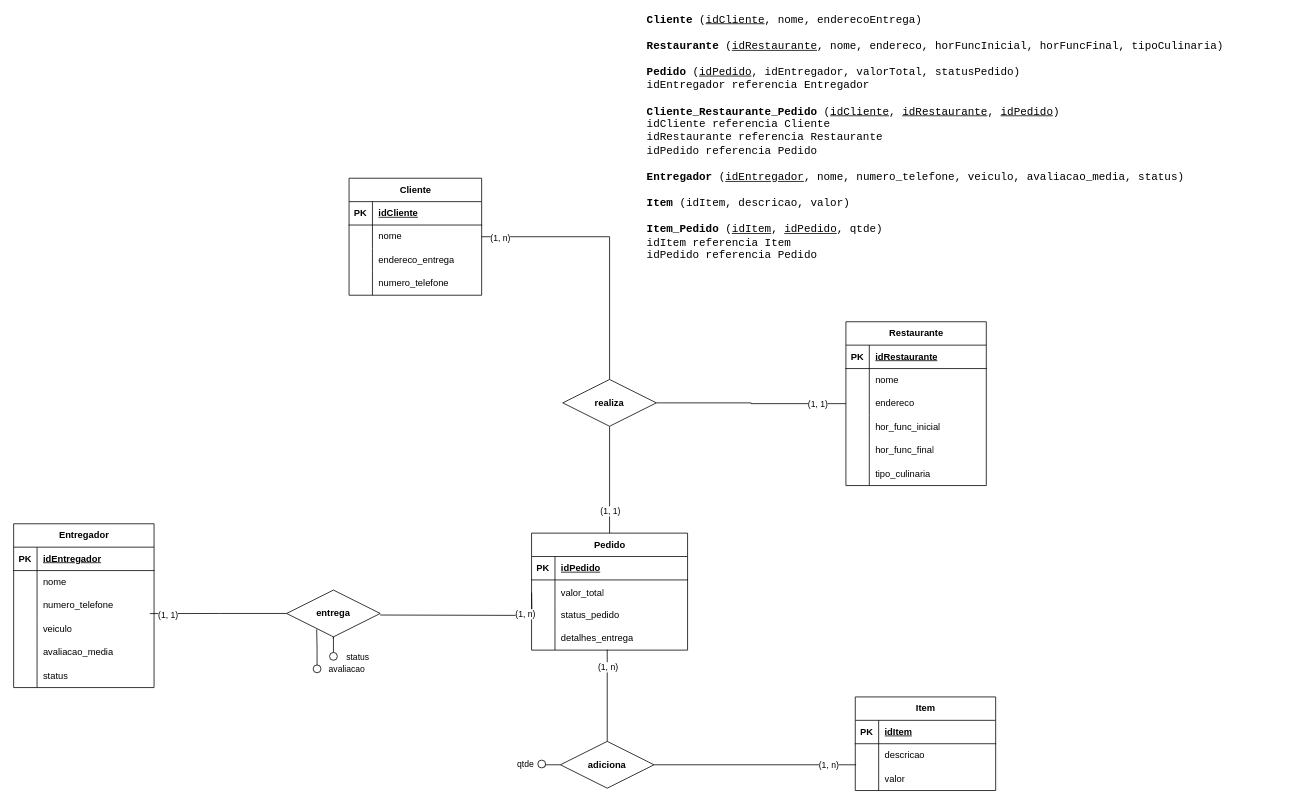
Earlier version of the draw.io diagram app_delivery.drawio (cadullira/facorganizacao). Source tidied: cells renumbered, new cells numbered last; positions are measured from the earlier drawing's top-left corner, leaving out a move shared by most shapes. Both pictures are drawn from the tidied source at 78%, with x=0, y=0 at pixel (13, 129).
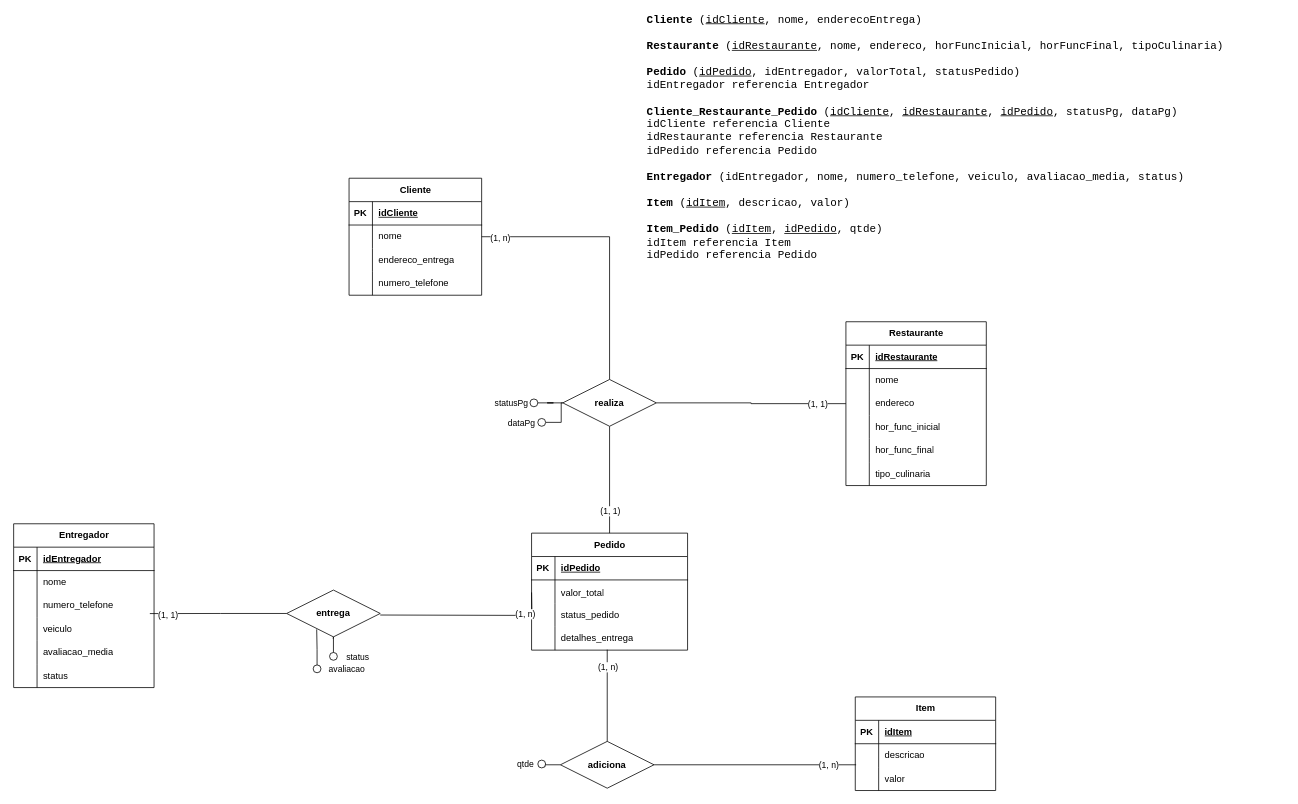
The same diagram, later.

Commit message:
Adiciona atributos em relacionamentos app_delivery.drawio

Unchanged cells that the change refers to:
```xml
<mxCell id="85" value="realiza" style="shape=rhombus;perimeter=rhombusPerimeter;whiteSpace=wrap;html=1;align=center;strokeColor=default;verticalAlign=middle;fontFamily=Helvetica;fontSize=12;fontColor=default;fontStyle=1;fillColor=default;" parent="1" vertex="1">
  <mxGeometry x="704" y="320" width="120" height="60" as="geometry" />
</mxCell>
```

Change to the diagram source:
```diff
@@
+    <mxCell id="105" style="edgeStyle=orthogonalEdgeStyle;rounded=0;jettySize=auto;html=1;entryX=1;entryY=0.5;entryDx=0;entryDy=0;endArrow=none;endFill=0;" parent="1" edge="1" source="85" target="107">
+      <mxGeometry relative="1" as="geometry" />
+    </mxCell>
+    <mxCell id="106" value="statusPg" style="edgeLabel;html=1;align=center;verticalAlign=middle;" parent="105" vertex="1">
+      <mxGeometry x="0.33" y="-2" relative="1" as="geometry">
+        <mxPoint x="-51" y="2" as="offset" />
+      </mxGeometry>
+    </mxCell>
@@
-    <mxCell id="103" value="&lt;div align=&quot;left&quot;&gt;&lt;font face=&quot;Courier New&quot; style=&quot;font-size: 14px;&quot;&gt;&lt;b&gt;Cliente&lt;/b&gt; (&lt;u&gt;idCliente&lt;/u&gt;, nome, enderecoEntrega)&lt;/font&gt;&lt;/div&gt;&lt;div align=&quot;left&quot;&gt;&lt;font style=&quot;font-size: 14px;&quot; face=&quot;Courier New&quot;&gt;&lt;br&gt;&lt;/font&gt;&lt;/div&gt;&lt;div align=&quot;left&quot;&gt;&lt;font style=&quot;font-size: 14px;&quot; face=&quot;Courier New&quot;&gt;&lt;b&gt;Restaurante&lt;/b&gt; (&lt;u&gt;idRestaurante&lt;/u&gt;, nome, endereco, horFuncInicial, horFuncFinal, tipoCulinaria)&lt;/font&gt;&lt;/div&gt;&lt;div align=&quot;left&quot;&gt;&lt;font style=&quot;font-size: 14px;&quot; face=&quot;Courier New&quot;&gt;&lt;br&gt;&lt;/font&gt;&lt;/div&gt;&lt;div align=&quot;left&quot;&gt;&lt;font style=&quot;font-size: 14px;&quot; face=&quot;Courier New&quot;&gt;&lt;b&gt;Pedido&lt;/b&gt; (&lt;u&gt;idPedido&lt;/u&gt;, idEntregador, valorTotal, statusPedido)&amp;nbsp;&lt;/font&gt;&lt;/div&gt;&lt;div align=&quot;left&quot;&gt;&lt;font style=&quot;font-size: 14px;&quot; face=&quot;Courier New&quot;&gt;idEntregador referencia Entregador&lt;br&gt;&lt;/font&gt;&lt;/div&gt;&lt;div align=&quot;left&quot;&gt;&lt;font style=&quot;font-size: 14px;&quot; face=&quot;Courier New&quot;&gt;&lt;br&gt;&lt;/font&gt;&lt;/div&gt;&lt;div align=&quot;left&quot;&gt;&lt;font style=&quot;font-size: 14px;&quot; face=&quot;Courier New&quot;&gt;&lt;b&gt;Cliente_Restaurante_Pedido&lt;/b&gt; (&lt;u&gt;idCliente&lt;/u&gt;, &lt;u&gt;idRestaurante&lt;/u&gt;, &lt;u&gt;idPedido&lt;/u&gt;)&amp;nbsp;&lt;/font&gt;&lt;/div&gt;&lt;div align=&quot;left&quot;&gt;&lt;font style=&quot;font-size: 14px;&quot; face=&quot;Courier New&quot;&gt;idCliente referencia Cliente&lt;/font&gt;&lt;/div&gt;&lt;div align=&quot;left&quot;&gt;&lt;font style=&quot;font-size: 14px;&quot; face=&quot;Courier New&quot;&gt;idRestaurante referencia Restaurante&lt;/font&gt;&lt;/div&gt;&lt;div align=&quot;left&quot;&gt;&lt;font style=&quot;font-size: 14px;&quot; face=&quot;Courier New&quot;&gt;idPedido referencia Pedido&lt;br&gt;&lt;/font&gt;&lt;/div&gt;&lt;div align=&quot;left&quot;&gt;&lt;b&gt;&lt;font style=&quot;font-size: 14px;&quot; face=&quot;Courier New&quot;&gt;&lt;br&gt;&lt;/font&gt;&lt;/b&gt;&lt;/div&gt;&lt;div align=&quot;left&quot;&gt;&lt;font style=&quot;font-size: 14px;&quot; face=&quot;Courier New&quot;&gt;&lt;b&gt;Entregador&lt;/b&gt; (&lt;u&gt;idEntregador&lt;/u&gt;, nome, numero_telefone, veiculo, avaliacao_media, status)&lt;br&gt;&lt;/font&gt;&lt;/div&gt;&lt;div align=&quot;left&quot;&gt;&lt;font style=&quot;font-size: 14px;&quot; face=&quot;Courier New&quot;&gt;&lt;br&gt;&lt;/font&gt;&lt;/div&gt;&lt;div align=&quot;left&quot;&gt;&lt;font style=&quot;font-size: 14px;&quot; face=&quot;Courier New&quot;&gt;&lt;b&gt;Item&lt;/b&gt; (idItem, descricao, valor)&lt;br&gt;&lt;/font&gt;&lt;/div&gt;&lt;div align=&quot;left&quot;&gt;&lt;font style=&quot;font-size: 14px;&quot; face=&quot;Courier New&quot;&gt;&lt;br&gt;&lt;/font&gt;&lt;/div&gt;&lt;div align=&quot;left&quot;&gt;&lt;font style=&quot;font-size: 14px;&quot; face=&quot;Courier New&quot;&gt;&lt;b&gt;Item_Pedido&lt;/b&gt; (&lt;u&gt;idItem&lt;/u&gt;, &lt;u&gt;idPedido&lt;/u&gt;, qtde)&lt;br&gt;&lt;/font&gt;&lt;/div&gt;&lt;div align=&quot;left&quot;&gt;&lt;font style=&quot;font-size: 14px;&quot; face=&quot;Courier New&quot;&gt;idItem referencia Item&lt;/font&gt;&lt;/div&gt;&lt;div align=&quot;left&quot;&gt;&lt;font style=&quot;font-size: 14px;&quot; face=&quot;Courier New&quot;&gt;idPedido referencia Pedido&lt;br&gt;&lt;/font&gt;&lt;/div&gt;&lt;div align=&quot;left&quot;&gt;&lt;font size=&quot;3&quot; face=&quot;BSolKX_R1ZxCo2rctYpV&quot;&gt;&lt;br&gt;&lt;/font&gt;&lt;/div&gt;&lt;div&gt;&lt;br&gt;&lt;/div&gt;&lt;div&gt;&lt;br&gt;&lt;/div&gt;" style="text;strokeColor=none;align=left;fillColor=none;html=1;verticalAlign=middle;whiteSpace=wrap;rounded=0;" parent="1" vertex="1">
+    <mxCell id="103" value="&lt;div align=&quot;left&quot;&gt;&lt;font face=&quot;Courier New&quot; style=&quot;font-size: 14px;&quot;&gt;&lt;b&gt;Cliente&lt;/b&gt; (&lt;u&gt;idCliente&lt;/u&gt;, nome, enderecoEntrega)&lt;/font&gt;&lt;/div&gt;&lt;div align=&quot;left&quot;&gt;&lt;font style=&quot;font-size: 14px;&quot; face=&quot;Courier New&quot;&gt;&lt;br&gt;&lt;/font&gt;&lt;/div&gt;&lt;div align=&quot;left&quot;&gt;&lt;font style=&quot;font-size: 14px;&quot; face=&quot;Courier New&quot;&gt;&lt;b&gt;Restaurante&lt;/b&gt; (&lt;u&gt;idRestaurante&lt;/u&gt;, nome, endereco, horFuncInicial, horFuncFinal, tipoCulinaria)&lt;/font&gt;&lt;/div&gt;&lt;div align=&quot;left&quot;&gt;&lt;font style=&quot;font-size: 14px;&quot; face=&quot;Courier New&quot;&gt;&lt;br&gt;&lt;/font&gt;&lt;/div&gt;&lt;div align=&quot;left&quot;&gt;&lt;font style=&quot;font-size: 14px;&quot; face=&quot;Courier New&quot;&gt;&lt;b&gt;Pedido&lt;/b&gt; (&lt;u&gt;idPedido&lt;/u&gt;, idEntregador, valorTotal, statusPedido)&amp;nbsp;&lt;/font&gt;&lt;/div&gt;&lt;div align=&quot;left&quot;&gt;&lt;font style=&quot;font-size: 14px;&quot; face=&quot;Courier New&quot;&gt;idEntregador referencia Entregador&lt;br&gt;&lt;/font&gt;&lt;/div&gt;&lt;div align=&quot;left&quot;&gt;&lt;font style=&quot;font-size: 14px;&quot; face=&quot;Courier New&quot;&gt;&lt;br&gt;&lt;/font&gt;&lt;/div&gt;&lt;div align=&quot;left&quot;&gt;&lt;font style=&quot;font-size: 14px;&quot; face=&quot;Courier New&quot;&gt;&lt;b&gt;Cliente_Restaurante_Pedido&lt;/b&gt; (&lt;u&gt;idCliente&lt;/u&gt;, &lt;u&gt;idRestaurante&lt;/u&gt;, &lt;u&gt;idPedido&lt;/u&gt;, statusPg, dataPg)&amp;nbsp;&lt;/font&gt;&lt;/div&gt;&lt;div align=&quot;left&quot;&gt;&lt;font style=&quot;font-size: 14px;&quot; face=&quot;Courier New&quot;&gt;idCliente referencia Cliente&lt;/font&gt;&lt;/div&gt;&lt;div align=&quot;left&quot;&gt;&lt;font style=&quot;font-size: 14px;&quot; face=&quot;Courier New&quot;&gt;idRestaurante referencia Restaurante&lt;/font&gt;&lt;/div&gt;&lt;div align=&quot;left&quot;&gt;&lt;font style=&quot;font-size: 14px;&quot; face=&quot;Courier New&quot;&gt;idPedido referencia Pedido&lt;br&gt;&lt;/font&gt;&lt;/div&gt;&lt;div align=&quot;left&quot;&gt;&lt;b&gt;&lt;font style=&quot;font-size: 14px;&quot; face=&quot;Courier New&quot;&gt;&lt;br&gt;&lt;/font&gt;&lt;/b&gt;&lt;/div&gt;&lt;div align=&quot;left&quot;&gt;&lt;font style=&quot;font-size: 14px;&quot; face=&quot;Courier New&quot;&gt;&lt;b&gt;Entregador&lt;/b&gt; (idEntregador, nome, numero_telefone, veiculo, avaliacao_media, status)&lt;br&gt;&lt;/font&gt;&lt;/div&gt;&lt;div align=&quot;left&quot;&gt;&lt;font style=&quot;font-size: 14px;&quot; face=&quot;Courier New&quot;&gt;&lt;br&gt;&lt;/font&gt;&lt;/div&gt;&lt;div align=&quot;left&quot;&gt;&lt;font style=&quot;font-size: 14px;&quot; face=&quot;Courier New&quot;&gt;&lt;b&gt;Item&lt;/b&gt; (&lt;u&gt;idItem&lt;/u&gt;, descricao, valor)&lt;br&gt;&lt;/font&gt;&lt;/div&gt;&lt;div align=&quot;left&quot;&gt;&lt;font style=&quot;font-size: 14px;&quot; face=&quot;Courier New&quot;&gt;&lt;br&gt;&lt;/font&gt;&lt;/div&gt;&lt;div align=&quot;left&quot;&gt;&lt;font style=&quot;font-size: 14px;&quot; face=&quot;Courier New&quot;&gt;&lt;b&gt;Item_Pedido&lt;/b&gt; (&lt;u&gt;idItem&lt;/u&gt;, &lt;u&gt;idPedido&lt;/u&gt;, qtde)&lt;br&gt;&lt;/font&gt;&lt;/div&gt;&lt;div align=&quot;left&quot;&gt;&lt;font style=&quot;font-size: 14px;&quot; face=&quot;Courier New&quot;&gt;idItem referencia Item&lt;/font&gt;&lt;/div&gt;&lt;div align=&quot;left&quot;&gt;&lt;font style=&quot;font-size: 14px;&quot; face=&quot;Courier New&quot;&gt;idPedido referencia Pedido&lt;br&gt;&lt;/font&gt;&lt;/div&gt;&lt;div align=&quot;left&quot;&gt;&lt;font size=&quot;3&quot; face=&quot;BSolKX_R1ZxCo2rctYpV&quot;&gt;&lt;br&gt;&lt;/font&gt;&lt;/div&gt;&lt;div&gt;&lt;br&gt;&lt;/div&gt;&lt;div&gt;&lt;br&gt;&lt;/div&gt;" style="text;strokeColor=none;align=left;fillColor=none;html=1;verticalAlign=middle;whiteSpace=wrap;rounded=0;" parent="1" vertex="1">
       <mxGeometry x="810" width="819" height="68" as="geometry" />
     </mxCell>
@@
+    <mxCell id="107" style="ellipse;whiteSpace=wrap;html=1;fontFamily=Helvetica;fontSize=11;fontColor=default;labelBackgroundColor=default;" parent="1" vertex="1">
+      <mxGeometry x="662" y="345" width="10" height="10" as="geometry" />
+    </mxCell>
+    <mxCell id="108" style="edgeStyle=orthogonalEdgeStyle;rounded=0;jettySize=auto;html=1;endArrow=none;endFill=0;" parent="1" edge="1" source="109" target="85">
+      <mxGeometry relative="1" as="geometry" />
+    </mxCell>
+    <mxCell id="109" style="ellipse;whiteSpace=wrap;html=1;fontFamily=Helvetica;fontSize=11;fontColor=default;labelBackgroundColor=default;" parent="1" vertex="1">
+      <mxGeometry x="672" y="370" width="10" height="10" as="geometry" />
+    </mxCell>
+    <mxCell id="110" value="dataPg" style="edgeLabel;html=1;align=center;verticalAlign=middle;" parent="1" vertex="1">
+      <mxGeometry x="650" y="375" as="geometry" />
+    </mxCell>
```
